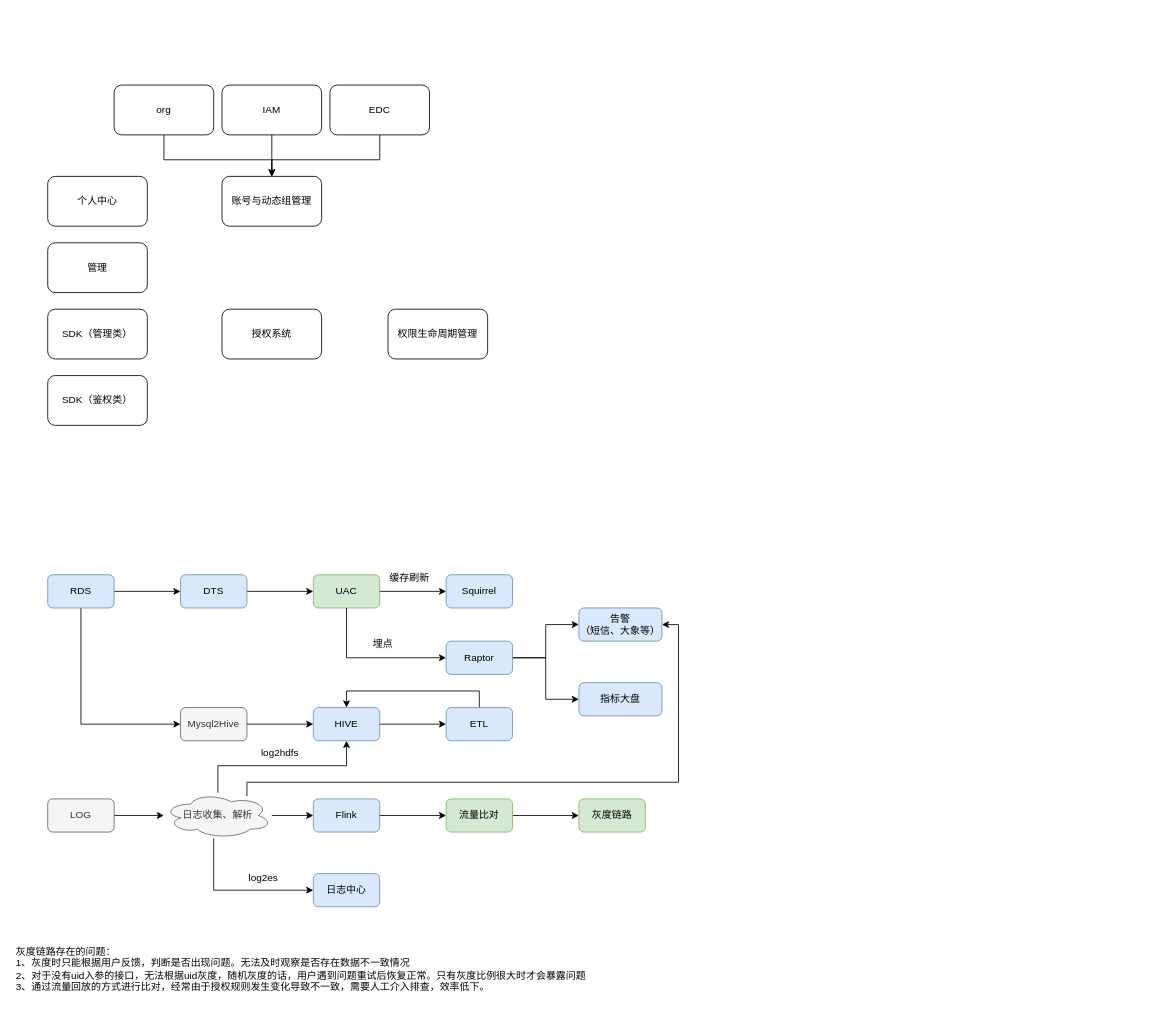
Before: 架构.drawio in yamilinqh/spicedb, a draw.io diagram. Source tidied: cells renumbered, new cells numbered last; positions are measured from the earlier drawing's top-left corner, leaving out a move shared by most shapes. Both pictures are drawn from the tidied source at 83%, with x=0, y=0 at pixel (14, 85).
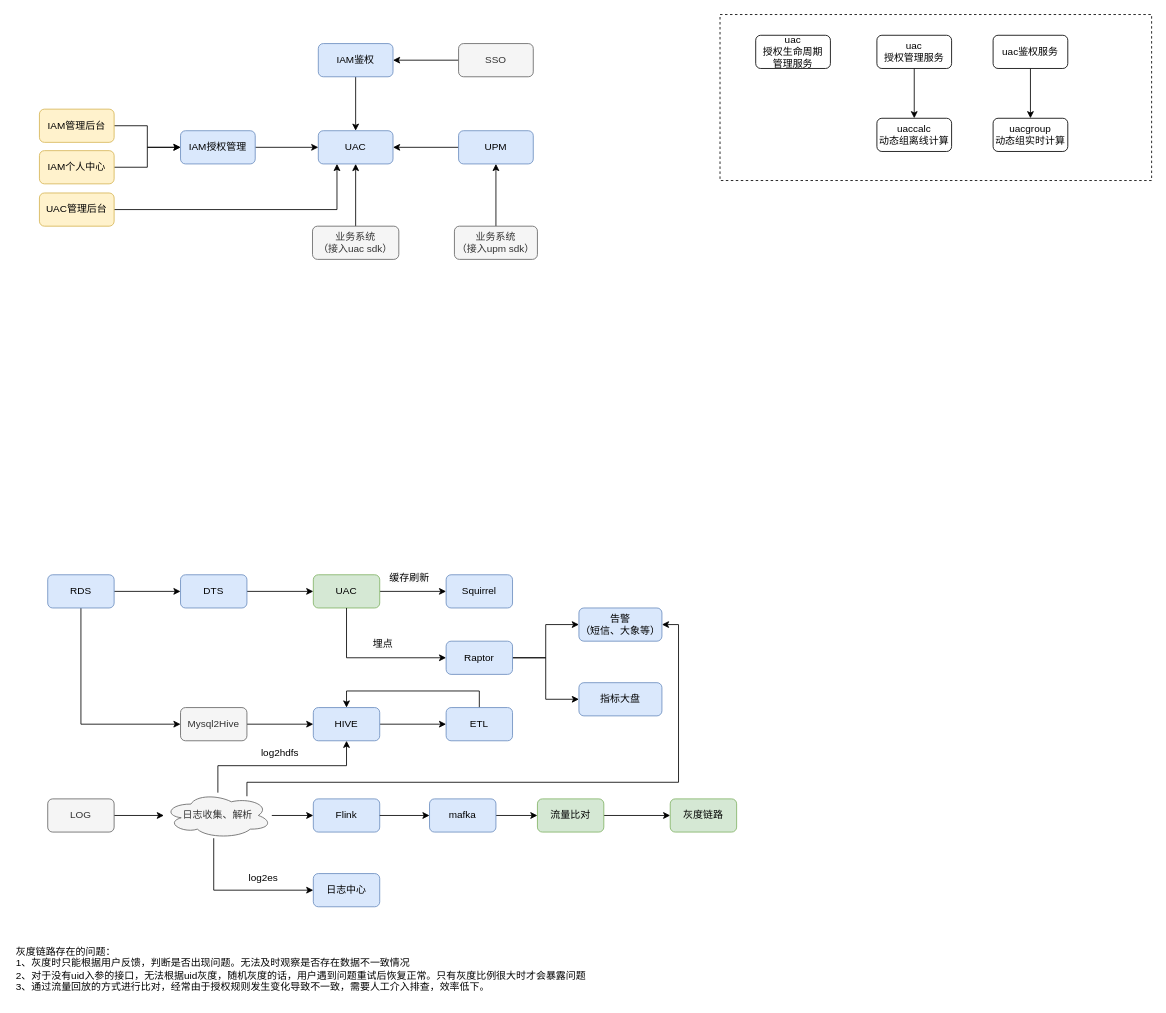
The same diagram, later.

Unchanged cells that the change refers to:
```xml
<mxCell id="38" value="Flink" style="rounded=1;whiteSpace=wrap;html=1;fillColor=#dae8fc;strokeColor=#6c8ebf;" parent="1" vertex="1">
  <mxGeometry x="360" y="860" width="80" height="40" as="geometry" />
</mxCell>
```

Change to the diagram source:
```diff
@@
-    <mxCell id="2" value="管理" style="rounded=1;whiteSpace=wrap;html=1;" parent="1" vertex="1">
-      <mxGeometry x="40" y="190" width="120" height="60" as="geometry" />
-    </mxCell>
-    <mxCell id="3" value="SDK（管理类）" style="rounded=1;whiteSpace=wrap;html=1;" parent="1" vertex="1">
-      <mxGeometry x="40" y="270" width="120" height="60" as="geometry" />
-    </mxCell>
-    <mxCell id="4" value="个人中心" style="rounded=1;whiteSpace=wrap;html=1;" parent="1" vertex="1">
-      <mxGeometry x="40" y="110" width="120" height="60" as="geometry" />
-    </mxCell>
-    <mxCell id="5" value="授权系统" style="rounded=1;whiteSpace=wrap;html=1;" parent="1" vertex="1">
-      <mxGeometry x="250" y="270" width="120" height="60" as="geometry" />
-    </mxCell>
-    <mxCell id="6" value="SDK（鉴权类）" style="rounded=1;whiteSpace=wrap;html=1;" parent="1" vertex="1">
-      <mxGeometry x="40" y="350" width="120" height="60" as="geometry" />
-    </mxCell>
-    <mxCell id="7" value="权限生命周期管理" style="rounded=1;whiteSpace=wrap;html=1;" parent="1" vertex="1">
-      <mxGeometry x="450" y="270" width="120" height="60" as="geometry" />
-    </mxCell>
-    <mxCell id="8" value="账号与动态组管理" style="rounded=1;whiteSpace=wrap;html=1;" parent="1" vertex="1">
-      <mxGeometry x="250" y="110" width="120" height="60" as="geometry" />
-    </mxCell>
-    <mxCell id="9" style="edgeStyle=orthogonalEdgeStyle;rounded=0;jettySize=auto;html=1;" parent="1" edge="1" source="10" target="8">
-      <mxGeometry relative="1" as="geometry">
-        <Array as="points">
-          <mxPoint x="180" y="90" />
-          <mxPoint x="310" y="90" />
-        </Array>
-      </mxGeometry>
-    </mxCell>
-    <mxCell id="10" value="org" style="rounded=1;whiteSpace=wrap;html=1;" parent="1" vertex="1">
-      <mxGeometry x="120" width="120" height="60" as="geometry" />
-    </mxCell>
-    <mxCell id="11" style="edgeStyle=orthogonalEdgeStyle;rounded=0;jettySize=auto;html=1;" parent="1" edge="1" source="12" target="8">
-      <mxGeometry relative="1" as="geometry" />
-    </mxCell>
-    <mxCell id="12" value="IAM" style="rounded=1;whiteSpace=wrap;html=1;" parent="1" vertex="1">
-      <mxGeometry x="250" width="120" height="60" as="geometry" />
-    </mxCell>
-    <mxCell id="13" style="edgeStyle=orthogonalEdgeStyle;rounded=0;jettySize=auto;html=1;" parent="1" edge="1" source="14" target="8">
-      <mxGeometry relative="1" as="geometry">
-        <Array as="points">
-          <mxPoint x="440" y="90" />
-          <mxPoint x="310" y="90" />
-        </Array>
-      </mxGeometry>
-    </mxCell>
-    <mxCell id="14" value="EDC" style="rounded=1;whiteSpace=wrap;html=1;" parent="1" vertex="1">
-      <mxGeometry x="380" width="120" height="60" as="geometry" />
-    </mxCell>
+    <mxCell id="53" style="rounded=0;whiteSpace=wrap;html=1;dashed=1;" parent="1" vertex="1">
+      <mxGeometry x="850" y="-85" width="520" height="200" as="geometry" />
+    </mxCell>
@@
-    <mxCell id="39" style="edgeStyle=orthogonalEdgeStyle;rounded=0;jettySize=auto;html=1;" parent="1" edge="1" source="38" target="50">
+    <mxCell id="39" style="edgeStyle=orthogonalEdgeStyle;rounded=0;jettySize=auto;html=1;" parent="1" edge="1" source="55" target="50">
       <mxGeometry relative="1" as="geometry" />
     </mxCell>
@@
     <mxCell id="50" value="流量比对" style="rounded=1;whiteSpace=wrap;html=1;fillColor=#d5e8d4;strokeColor=#82b366;" parent="1" vertex="1">
-      <mxGeometry x="520" y="860" width="80" height="40" as="geometry" />
+      <mxGeometry x="630" y="860" width="80" height="40" as="geometry" />
     </mxCell>
     <mxCell id="51" value="灰度链路" style="rounded=1;whiteSpace=wrap;html=1;fillColor=#d5e8d4;strokeColor=#82b366;" parent="1" vertex="1">
-      <mxGeometry x="680" y="860" width="80" height="40" as="geometry" />
+      <mxGeometry x="790" y="860" width="80" height="40" as="geometry" />
     </mxCell>
@@
+    <mxCell id="54" style="edgeStyle=orthogonalEdgeStyle;rounded=0;jettySize=auto;html=1;" parent="1" edge="1" source="38" target="55">
+      <mxGeometry relative="1" as="geometry" />
+    </mxCell>
+    <mxCell id="55" value="mafka" style="rounded=1;whiteSpace=wrap;html=1;fillColor=#dae8fc;strokeColor=#6c8ebf;" parent="1" vertex="1">
+      <mxGeometry x="500" y="860" width="80" height="40" as="geometry" />
+    </mxCell>
+    <mxCell id="56" value="UAC" style="rounded=1;whiteSpace=wrap;html=1;fillColor=#dae8fc;strokeColor=#6c8ebf;" parent="1" vertex="1">
+      <mxGeometry x="366" y="55" width="90" height="40" as="geometry" />
+    </mxCell>
+    <mxCell id="57" style="edgeStyle=orthogonalEdgeStyle;rounded=0;jettySize=auto;html=1;" parent="1" edge="1" source="58" target="56">
+      <mxGeometry relative="1" as="geometry" />
+    </mxCell>
+    <mxCell id="58" value="UPM" style="rounded=1;whiteSpace=wrap;html=1;fillColor=#dae8fc;strokeColor=#6c8ebf;" parent="1" vertex="1">
+      <mxGeometry x="535" y="55" width="90" height="40" as="geometry" />
+    </mxCell>
+    <mxCell id="59" style="edgeStyle=orthogonalEdgeStyle;rounded=0;jettySize=auto;html=1;" parent="1" edge="1" source="60" target="56">
+      <mxGeometry relative="1" as="geometry" />
+    </mxCell>
+    <mxCell id="60" value="IAM鉴权" style="rounded=1;whiteSpace=wrap;html=1;fillColor=#dae8fc;strokeColor=#6c8ebf;" parent="1" vertex="1">
+      <mxGeometry x="366" y="-50" width="90" height="40" as="geometry" />
+    </mxCell>
+    <mxCell id="61" style="edgeStyle=orthogonalEdgeStyle;rounded=0;jettySize=auto;html=1;" parent="1" edge="1" source="62" target="60">
+      <mxGeometry relative="1" as="geometry" />
+    </mxCell>
+    <mxCell id="62" value="SSO" style="rounded=1;whiteSpace=wrap;html=1;fillColor=#f5f5f5;fontColor=#333333;strokeColor=#666666;" parent="1" vertex="1">
+      <mxGeometry x="535" y="-50" width="90" height="40" as="geometry" />
+    </mxCell>
+    <mxCell id="63" style="edgeStyle=orthogonalEdgeStyle;rounded=0;jettySize=auto;html=1;" parent="1" edge="1" source="64" target="56">
+      <mxGeometry relative="1" as="geometry" />
+    </mxCell>
+    <mxCell id="64" value="IAM授权管理" style="rounded=1;whiteSpace=wrap;html=1;fillColor=#dae8fc;strokeColor=#6c8ebf;" parent="1" vertex="1">
+      <mxGeometry x="200" y="55" width="90" height="40" as="geometry" />
+    </mxCell>
+    <mxCell id="65" style="edgeStyle=orthogonalEdgeStyle;rounded=0;jettySize=auto;html=1;" parent="1" edge="1" source="66" target="64">
+      <mxGeometry relative="1" as="geometry" />
+    </mxCell>
+    <mxCell id="66" value="IAM管理后台" style="rounded=1;whiteSpace=wrap;html=1;fillColor=#fff2cc;strokeColor=#d6b656;" parent="1" vertex="1">
+      <mxGeometry x="30" y="29" width="90" height="40" as="geometry" />
+    </mxCell>
+    <mxCell id="67" style="edgeStyle=orthogonalEdgeStyle;rounded=0;jettySize=auto;html=1;" parent="1" edge="1" source="68" target="64">
+      <mxGeometry relative="1" as="geometry" />
+    </mxCell>
+    <mxCell id="68" value="IAM个人中心" style="rounded=1;whiteSpace=wrap;html=1;fillColor=#fff2cc;strokeColor=#d6b656;" parent="1" vertex="1">
+      <mxGeometry x="30" y="79" width="90" height="40" as="geometry" />
+    </mxCell>
+    <mxCell id="69" value="uaccalc&lt;br&gt;动态组离线计算" style="rounded=1;whiteSpace=wrap;html=1;" parent="1" vertex="1">
+      <mxGeometry x="1039" y="40" width="90" height="40" as="geometry" />
+    </mxCell>
+    <mxCell id="70" value="uacgroup&lt;br&gt;动态组实时计算" style="rounded=1;whiteSpace=wrap;html=1;" parent="1" vertex="1">
+      <mxGeometry x="1179" y="40" width="90" height="40" as="geometry" />
+    </mxCell>
+    <mxCell id="71" style="edgeStyle=orthogonalEdgeStyle;rounded=0;jettySize=auto;html=1;" parent="1" edge="1" source="72" target="69">
+      <mxGeometry relative="1" as="geometry" />
+    </mxCell>
+    <mxCell id="72" value="uac&lt;br&gt;授权管理服务" style="rounded=1;whiteSpace=wrap;html=1;" parent="1" vertex="1">
+      <mxGeometry x="1039" y="-60" width="90" height="40" as="geometry" />
+    </mxCell>
+    <mxCell id="73" style="edgeStyle=orthogonalEdgeStyle;rounded=0;jettySize=auto;html=1;entryX=0.5;entryY=0;entryDx=0;entryDy=0;" parent="1" edge="1" source="74" target="70">
+      <mxGeometry relative="1" as="geometry" />
+    </mxCell>
+    <mxCell id="74" value="uac鉴权服务" style="rounded=1;whiteSpace=wrap;html=1;" parent="1" vertex="1">
+      <mxGeometry x="1179" y="-60" width="90" height="40" as="geometry" />
+    </mxCell>
+    <mxCell id="75" value="uac&lt;br&gt;授权生命周期&lt;br&gt;管理服务" style="rounded=1;whiteSpace=wrap;html=1;" parent="1" vertex="1">
+      <mxGeometry x="893" y="-60" width="90" height="40" as="geometry" />
+    </mxCell>
+    <mxCell id="76" style="edgeStyle=orthogonalEdgeStyle;rounded=0;jettySize=auto;html=1;" parent="1" edge="1" source="77" target="58">
+      <mxGeometry relative="1" as="geometry" />
+    </mxCell>
+    <mxCell id="77" value="业务系统&lt;br&gt;（接入upm sdk）" style="rounded=1;whiteSpace=wrap;html=1;fillColor=#f5f5f5;fontColor=#333333;strokeColor=#666666;" parent="1" vertex="1">
+      <mxGeometry x="530" y="170" width="100" height="40" as="geometry" />
+    </mxCell>
+    <mxCell id="78" style="edgeStyle=orthogonalEdgeStyle;rounded=0;jettySize=auto;html=1;" parent="1" edge="1" source="79" target="56">
+      <mxGeometry relative="1" as="geometry" />
+    </mxCell>
+    <mxCell id="79" value="业务系统&lt;br&gt;（接入uac sdk）" style="rounded=1;whiteSpace=wrap;html=1;fillColor=#f5f5f5;fontColor=#333333;strokeColor=#666666;" parent="1" vertex="1">
+      <mxGeometry x="359" y="170" width="104" height="40" as="geometry" />
+    </mxCell>
+    <mxCell id="80" style="edgeStyle=orthogonalEdgeStyle;rounded=0;jettySize=auto;html=1;entryX=0.25;entryY=1;entryDx=0;entryDy=0;" parent="1" edge="1" source="81" target="56">
+      <mxGeometry relative="1" as="geometry" />
+    </mxCell>
+    <mxCell id="81" value="UAC管理后台" style="rounded=1;whiteSpace=wrap;html=1;fillColor=#fff2cc;strokeColor=#d6b656;" parent="1" vertex="1">
+      <mxGeometry x="30" y="130" width="90" height="40" as="geometry" />
+    </mxCell>
```
